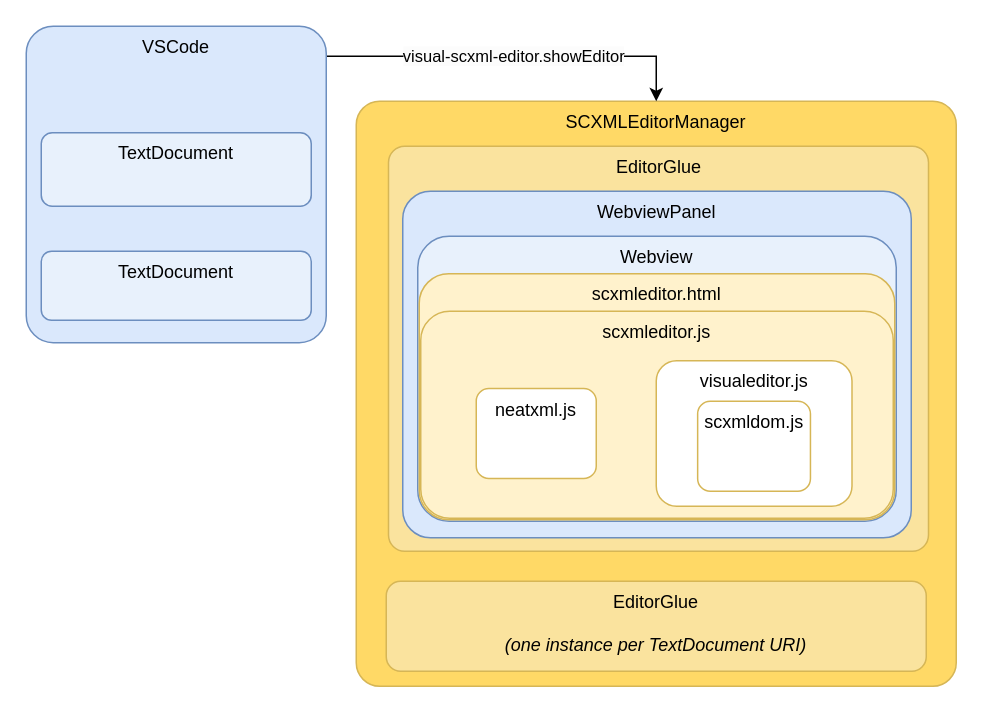
This is page "Containment" (1 of 2) of docs/architecture-diagrams.drawio from Phrogz/visual-scxml-editor, a draw.io file, before an edit. Source tidied: cells renumbered, new cells numbered last; positions are measured from the earlier drawing's top-left corner, leaving out a move shared by most shapes. Both pictures are drawn from the tidied source at 150%, with x=0, y=0 at pixel (26, 26).
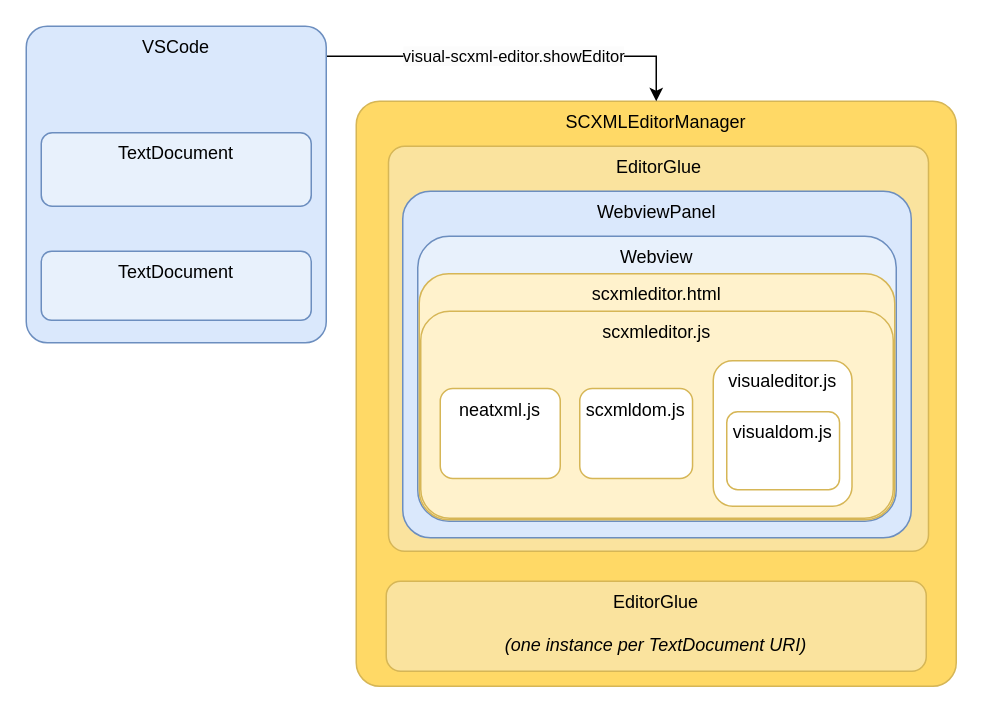
The same diagram, later.

Diff of the diagram source:
```diff
@@
 <mxGraphModel>
   <root>
     <mxCell id="0" />
     <mxCell id="1" parent="0" />
     <mxCell id="2" value="SCXMLEditorManager" style="rounded=1;whiteSpace=wrap;html=1;verticalAlign=top;fillColor=#ffd966;strokeColor=#d6b656;arcSize=4;" parent="1" vertex="1">
       <mxGeometry x="220" y="50" width="400" height="390" as="geometry" />
     </mxCell>
     <mxCell id="3" value="EditorGlue" style="rounded=1;whiteSpace=wrap;html=1;verticalAlign=top;fillColor=#fae39e;strokeColor=#d6b656;arcSize=4;" parent="1" vertex="1">
       <mxGeometry x="241.5" y="80" width="360" height="270" as="geometry" />
     </mxCell>
     <mxCell id="4" value="WebviewPanel" style="rounded=1;whiteSpace=wrap;html=1;verticalAlign=top;fillColor=#dae8fc;strokeColor=#6c8ebf;arcSize=8;" parent="1" vertex="1">
       <mxGeometry x="251" y="110" width="339" height="231" as="geometry" />
     </mxCell>
     <mxCell id="5" value="EditorGlue&lt;br&gt;&lt;br&gt;&lt;i&gt;(one instance per TextDocument URI)&lt;/i&gt;" style="rounded=1;whiteSpace=wrap;html=1;verticalAlign=top;perimeterSpacing=0;fillColor=#fae39e;strokeColor=#d6b656;arcSize=16;" parent="1" vertex="1">
       <mxGeometry x="240" y="370" width="360" height="60" as="geometry" />
     </mxCell>
     <mxCell id="6" value="Webview" style="rounded=1;whiteSpace=wrap;html=1;verticalAlign=top;fillColor=#e8f1fc;strokeColor=#6c8ebf;arcSize=11;" parent="1" vertex="1">
       <mxGeometry x="261" y="140" width="319" height="190" as="geometry" />
     </mxCell>
     <mxCell id="7" value="scxmleditor.html" style="rounded=1;whiteSpace=wrap;html=1;verticalAlign=top;fillColor=#fff2cc;strokeColor=#d6b656;arcSize=12;" parent="1" vertex="1">
       <mxGeometry x="262" y="165" width="317" height="164" as="geometry" />
     </mxCell>
     <mxCell id="8" value="visual-scxml-editor.showEditor" style="edgeStyle=orthogonalEdgeStyle;rounded=0;jettySize=auto;html=1;exitX=1;exitY=0.095;exitDx=0;exitDy=0;entryX=0.5;entryY=0;entryDx=0;entryDy=0;labelBackgroundColor=#FCFCFC;labelBorderColor=none;exitPerimeter=0;" parent="1" edge="1" source="9" target="2">
       <mxGeometry relative="1" as="geometry" />
     </mxCell>
-    <mxCell id="9" value="VSCode" style="rounded=1;whiteSpace=wrap;html=1;verticalAlign=top;fillColor=#dae8fc;strokeColor=#6c8ebf;arcSize=9;" parent="1" vertex="1">
+    <mxCell id="9" value="VSCode" style="rounded=1;whiteSpace=wrap;html=1;verticalAlign=top;fillColor=#dae8fc;strokeColor=#6c8ebf;arcSize=7;" parent="1" vertex="1">
       <mxGeometry width="200" height="211" as="geometry" />
     </mxCell>
     <mxCell id="10" value="TextDocument" style="rounded=1;whiteSpace=wrap;html=1;verticalAlign=top;fillColor=#e8f1fc;strokeColor=#6c8ebf;" parent="1" vertex="1">
       <mxGeometry x="10" y="71" width="180" height="49" as="geometry" />
     </mxCell>
     <mxCell id="11" value="TextDocument" style="rounded=1;whiteSpace=wrap;html=1;verticalAlign=top;fillColor=#e8f1fc;strokeColor=#6c8ebf;" parent="1" vertex="1">
       <mxGeometry x="10" y="150" width="180" height="46" as="geometry" />
     </mxCell>
     <mxCell id="12" value="scxmleditor.js" style="rounded=1;whiteSpace=wrap;html=1;verticalAlign=top;fillColor=#fff2cc;strokeColor=#d6b656;arcSize=14;" parent="1" vertex="1">
       <mxGeometry x="263" y="190" width="315" height="138" as="geometry" />
     </mxCell>
     <mxCell id="13" value="neatxml.js" style="rounded=1;whiteSpace=wrap;html=1;verticalAlign=top;fillColor=#ffffff;strokeColor=#d6b656;arcSize=14;" parent="1" vertex="1">
-      <mxGeometry x="300" y="241.5" width="80" height="60" as="geometry" />
+      <mxGeometry x="276" y="241.5" width="80" height="60" as="geometry" />
     </mxCell>
     <mxCell id="14" value="visualeditor.js" style="rounded=1;whiteSpace=wrap;html=1;verticalAlign=top;fillColor=#ffffff;strokeColor=#d6b656;arcSize=14;" parent="1" vertex="1">
-      <mxGeometry x="420" y="223" width="130.5" height="97" as="geometry" />
+      <mxGeometry x="458" y="223" width="92.5" height="97" as="geometry" />
     </mxCell>
     <mxCell id="15" value="scxmldom.js" style="rounded=1;whiteSpace=wrap;html=1;verticalAlign=top;fillColor=#ffffff;strokeColor=#d6b656;arcSize=14;" parent="1" vertex="1">
-      <mxGeometry x="447.6" y="250" width="75.2" height="60" as="geometry" />
+      <mxGeometry x="369" y="241.5" width="75.2" height="60" as="geometry" />
     </mxCell>
+    <mxCell id="16" value="visualdom.js" style="rounded=1;whiteSpace=wrap;html=1;verticalAlign=top;fillColor=#ffffff;strokeColor=#d6b656;arcSize=14;" parent="1" vertex="1">
+      <mxGeometry x="467" y="257" width="75.2" height="52" as="geometry" />
+    </mxCell>
   </root>
 </mxGraphModel>
```
